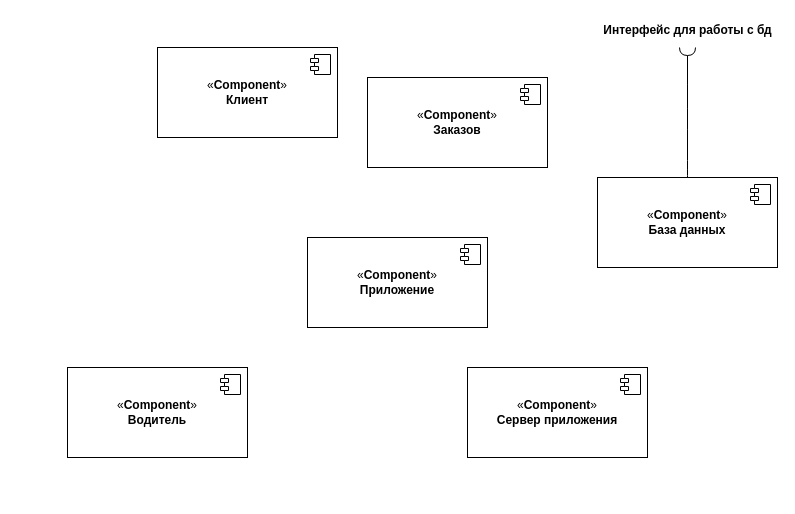
Above: компонентов.drawio in Leewhocan/10_siaod (draw.io), before the change. Source tidied: cells renumbered, new cells numbered last; positions are measured from the earlier drawing's top-left corner, leaving out a move shared by most shapes. Both pictures are drawn from the tidied source at 100%, with x=0, y=0 at pixel (67, 17).
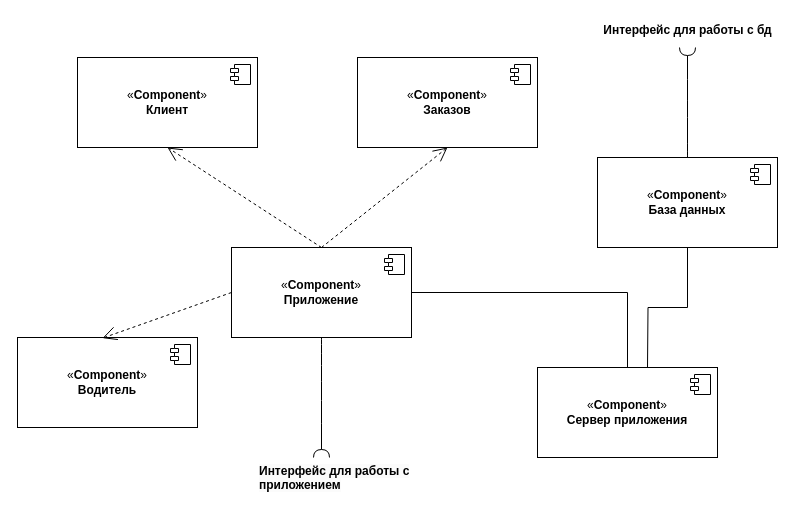
The same diagram, later.

Diff of the diagram source:
```diff
@@
     <mxCell id="2" value="«&lt;b style=&quot;border-color: var(--border-color);&quot;&gt;Component&lt;/b&gt;»&lt;br&gt;&lt;b&gt;Сервер приложения&lt;/b&gt;" style="html=1;whiteSpace=wrap;" parent="1" vertex="1">
-      <mxGeometry x="400" y="350" width="180" height="90" as="geometry" />
+      <mxGeometry x="470" y="350" width="180" height="90" as="geometry" />
     </mxCell>
@@
     <mxCell id="4" value="«&lt;b style=&quot;border-color: var(--border-color);&quot;&gt;Component&lt;/b&gt;»&lt;br&gt;&lt;b&gt;Клиент&lt;/b&gt;" style="html=1;whiteSpace=wrap;" parent="1" vertex="1">
-      <mxGeometry x="90" y="30" width="180" height="90" as="geometry" />
+      <mxGeometry x="10" y="40" width="180" height="90" as="geometry" />
     </mxCell>
@@
     <mxCell id="6" value="«&lt;b style=&quot;border-color: var(--border-color);&quot;&gt;Component&lt;/b&gt;»&lt;br&gt;&lt;b&gt;База данных&lt;/b&gt;" style="html=1;whiteSpace=wrap;" parent="1" vertex="1">
-      <mxGeometry x="530" y="160" width="180" height="90" as="geometry" />
+      <mxGeometry x="530" y="140" width="180" height="90" as="geometry" />
     </mxCell>
@@
     <mxCell id="8" value="«&lt;b style=&quot;border-color: var(--border-color);&quot;&gt;Component&lt;/b&gt;»&lt;br&gt;&lt;b&gt;Заказов&lt;/b&gt;" style="html=1;whiteSpace=wrap;" parent="1" vertex="1">
-      <mxGeometry x="300" y="60" width="180" height="90" as="geometry" />
+      <mxGeometry x="290" y="40" width="180" height="90" as="geometry" />
     </mxCell>
@@
     <mxCell id="10" value="«&lt;b style=&quot;border-color: var(--border-color);&quot;&gt;Component&lt;/b&gt;»&lt;br&gt;&lt;b&gt;Водитель&lt;/b&gt;" style="html=1;whiteSpace=wrap;" parent="1" vertex="1">
-      <mxGeometry y="350" width="180" height="90" as="geometry" />
+      <mxGeometry x="-50" y="320" width="180" height="90" as="geometry" />
     </mxCell>
@@
     <mxCell id="15" value="«&lt;b style=&quot;border-color: var(--border-color);&quot;&gt;Component&lt;/b&gt;»&lt;br&gt;&lt;b&gt;Приложение&lt;/b&gt;" style="html=1;whiteSpace=wrap;" parent="1" vertex="1">
-      <mxGeometry x="240" y="220" width="180" height="90" as="geometry" />
+      <mxGeometry x="164" y="230" width="180" height="90" as="geometry" />
     </mxCell>
@@
+    <mxCell id="17" style="rounded=0;jettySize=auto;html=1;endArrow=halfCircle;endFill=0;endSize=6;strokeWidth=1;sketch=0;fontSize=12;curved=1;exitX=0.5;exitY=1;exitDx=0;exitDy=0;" parent="1" edge="1" source="15">
+      <mxGeometry relative="1" as="geometry">
+        <mxPoint x="254" y="440" as="targetPoint" />
+      </mxGeometry>
+    </mxCell>
+    <mxCell id="18" value="&lt;span style=&quot;color: rgb(0, 0, 0); font-family: Helvetica; font-size: 12px; font-style: normal; font-variant-ligatures: normal; font-variant-caps: normal; font-weight: 700; letter-spacing: normal; orphans: 2; text-align: center; text-indent: 0px; text-transform: none; widows: 2; word-spacing: 0px; -webkit-text-stroke-width: 0px; background-color: rgb(251, 251, 251); text-decoration-thickness: initial; text-decoration-style: initial; text-decoration-color: initial; float: none; display: inline !important;&quot;&gt;Интерфейс для работы с приложением&lt;/span&gt;" style="text;whiteSpace=wrap;html=1;" parent="1" vertex="1">
+      <mxGeometry x="190" y="440" width="200" height="40" as="geometry" />
+    </mxCell>
+    <mxCell id="19" style="endArrow=open;endSize=12;dashed=1;html=1;rounded=0;exitX=0.5;exitY=0;exitDx=0;exitDy=0;entryX=0.5;entryY=1;entryDx=0;entryDy=0;" parent="1" edge="1" source="15" target="4">
+      <mxGeometry x="-0.05" y="30" relative="1" as="geometry" />
+    </mxCell>
+    <mxCell id="20" style="endArrow=open;endSize=12;dashed=1;html=1;rounded=0;exitX=0.5;exitY=0;exitDx=0;exitDy=0;entryX=0.5;entryY=1;entryDx=0;entryDy=0;" parent="1" edge="1" source="15" target="8">
+      <mxGeometry x="-0.05" y="30" relative="1" as="geometry" />
+    </mxCell>
+    <mxCell id="21" style="endArrow=open;endSize=12;dashed=1;html=1;rounded=0;entryX=0.472;entryY=0.007;entryDx=0;entryDy=0;entryPerimeter=0;exitX=0;exitY=0.5;exitDx=0;exitDy=0;" parent="1" edge="1" source="15" target="10">
+      <mxGeometry x="-0.05" y="30" relative="1" as="geometry" />
+    </mxCell>
+    <mxCell id="22" style="endArrow=none;html=1;edgeStyle=orthogonalEdgeStyle;rounded=0;exitX=1;exitY=0.5;exitDx=0;exitDy=0;entryX=0.5;entryY=0;entryDx=0;entryDy=0;" parent="1" edge="1" source="15" target="2">
+      <mxGeometry relative="1" as="geometry" />
+    </mxCell>
+    <mxCell id="23" style="endArrow=none;html=1;edgeStyle=orthogonalEdgeStyle;rounded=0;" parent="1" edge="1" target="6">
+      <mxGeometry relative="1" as="geometry">
+        <mxPoint x="580" y="350" as="sourcePoint" />
+      </mxGeometry>
+    </mxCell>
```
